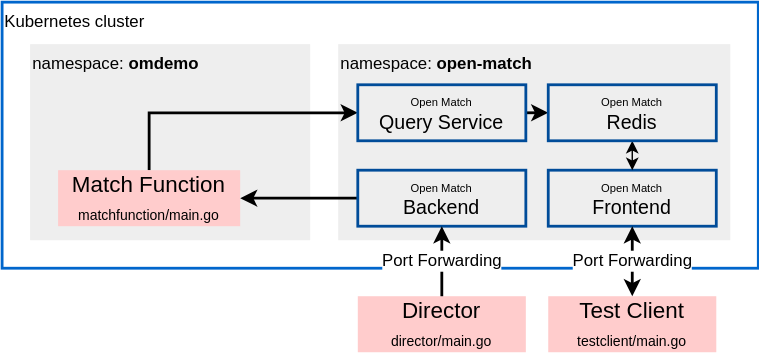
Before: overview.drawio.svg, a diagram exported from draw.io (castaneai/openmatch-local-dev). Source tidied: cells renumbered, new cells last; positions are measured from the earlier drawing's top-left corner, leaving out a move shared by most shapes.
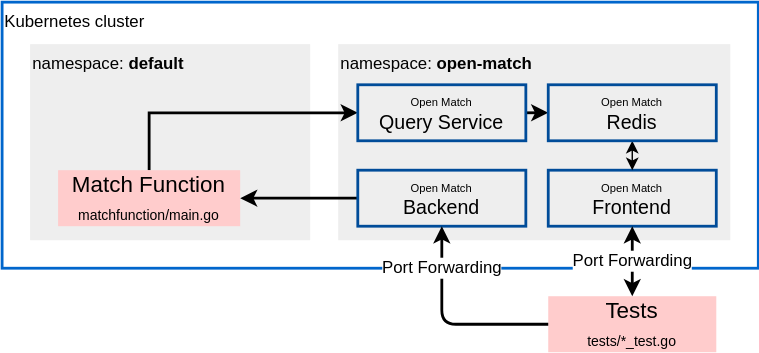
Later version of the same file.

Change to the diagram source:
```diff
@@ -5,7 +5,7 @@
     <mxCell id="2" value="Kubernetes cluster" style="rounded=0;whiteSpace=wrap;html=1;fillColor=none;strokeWidth=2;strokeColor=#0066CC;align=left;verticalAlign=top;" parent="1" vertex="1">
       <mxGeometry width="540" height="190" as="geometry" />
     </mxCell>
-    <mxCell id="3" value="namespace: &lt;b&gt;omdemo&lt;/b&gt;" style="rounded=0;whiteSpace=wrap;html=1;strokeWidth=2;align=left;verticalAlign=top;strokeColor=none;fillColor=#EEE;" parent="1" vertex="1">
+    <mxCell id="3" value="namespace: &lt;b&gt;default&lt;/b&gt;" style="rounded=0;whiteSpace=wrap;html=1;strokeWidth=2;align=left;verticalAlign=top;strokeColor=none;fillColor=#EEE;" parent="1" vertex="1">
       <mxGeometry x="20" y="30" width="200" height="140" as="geometry" />
     </mxCell>
     <mxCell id="4" value="namespace: &lt;b&gt;open-match&lt;/b&gt;" style="rounded=0;whiteSpace=wrap;html=1;strokeWidth=2;align=left;verticalAlign=top;strokeColor=none;fillColor=#EEE;" parent="1" vertex="1">
@@ -17,10 +17,7 @@
     <mxCell id="6" value="&lt;font style=&quot;font-size: 8px&quot;&gt;Open Match&lt;br style=&quot;font-size: 8px&quot;&gt;&lt;/font&gt;&lt;font style=&quot;font-size: 14px&quot;&gt;Backend&lt;/font&gt;" style="rounded=0;whiteSpace=wrap;html=1;strokeWidth=2;align=center;verticalAlign=middle;strokeColor=#004C99;fillColor=none;" parent="1" vertex="1">
       <mxGeometry x="254" y="120" width="120" height="40" as="geometry" />
     </mxCell>
-    <mxCell id="7" value="&lt;font&gt;Director&lt;br&gt;&lt;font style=&quot;font-size: 10px&quot;&gt;director/main.go&lt;/font&gt;&lt;br&gt;&lt;/font&gt;" style="rounded=0;whiteSpace=wrap;html=1;strokeWidth=2;align=center;verticalAlign=middle;fontSize=16;fillColor=#ffcccc;strokeColor=none;" parent="1" vertex="1">
-      <mxGeometry x="254" y="210" width="120" height="40" as="geometry" />
-    </mxCell>
-    <mxCell id="8" value="&lt;font&gt;Test Client&lt;br&gt;&lt;font style=&quot;font-size: 10px&quot;&gt;testclient/main.go&lt;/font&gt;&lt;br&gt;&lt;/font&gt;" style="rounded=0;whiteSpace=wrap;html=1;strokeWidth=2;align=center;verticalAlign=middle;fontSize=16;fillColor=#ffcccc;strokeColor=none;" parent="1" vertex="1">
+    <mxCell id="8" value="&lt;font&gt;Tests&lt;br&gt;&lt;font style=&quot;font-size: 10px&quot;&gt;tests/*_test.go&lt;/font&gt;&lt;br&gt;&lt;/font&gt;" style="rounded=0;whiteSpace=wrap;html=1;strokeWidth=2;align=center;verticalAlign=middle;fontSize=16;fillColor=#ffcccc;strokeColor=none;" parent="1" vertex="1">
       <mxGeometry x="390" y="210" width="120" height="40" as="geometry" />
     </mxCell>
     <mxCell id="9" style="edgeStyle=orthogonalEdgeStyle;rounded=0;jettySize=auto;html=1;exitX=0.5;exitY=0;exitDx=0;exitDy=0;entryX=0;entryY=0.5;entryDx=0;entryDy=0;strokeWidth=2;fontSize=12;" parent="1" edge="1" source="10" target="13">
@@ -41,8 +38,8 @@
     <mxCell id="14" value="Port Forwarding" style="endArrow=classic;html=1;fontSize=12;exitX=0.5;exitY=0;exitDx=0;exitDy=0;entryX=0.5;entryY=1;entryDx=0;entryDy=0;strokeWidth=2;startArrow=classic;startFill=1;" parent="1" edge="1" source="8" target="11">
       <mxGeometry relative="1" as="geometry" />
     </mxCell>
-    <mxCell id="15" value="Port Forwarding" style="endArrow=classic;html=1;fontSize=12;exitX=0.5;exitY=0;exitDx=0;exitDy=0;entryX=0.5;entryY=1;entryDx=0;entryDy=0;strokeWidth=2;" parent="1" edge="1" source="7" target="6">
-      <mxGeometry relative="1" as="geometry" />
+    <mxCell id="15" value="Port Forwarding" style="endArrow=classic;html=1;fontSize=12;exitX=0;exitY=0.5;exitDx=0;exitDy=0;entryX=0.5;entryY=1;entryDx=0;entryDy=0;strokeWidth=2;edgeStyle=orthogonalEdgeStyle;" parent="1" edge="1" source="8" target="6">
+      <mxGeometry x="0.59" relative="1" as="geometry" />
     </mxCell>
     <mxCell id="16" style="edgeStyle=orthogonalEdgeStyle;rounded=0;jettySize=auto;html=1;exitX=0.5;exitY=1;exitDx=0;exitDy=0;entryX=0.5;entryY=0;entryDx=0;entryDy=0;startArrow=classic;startFill=1;" parent="1" edge="1" source="17" target="11">
       <mxGeometry relative="1" as="geometry" />
```
